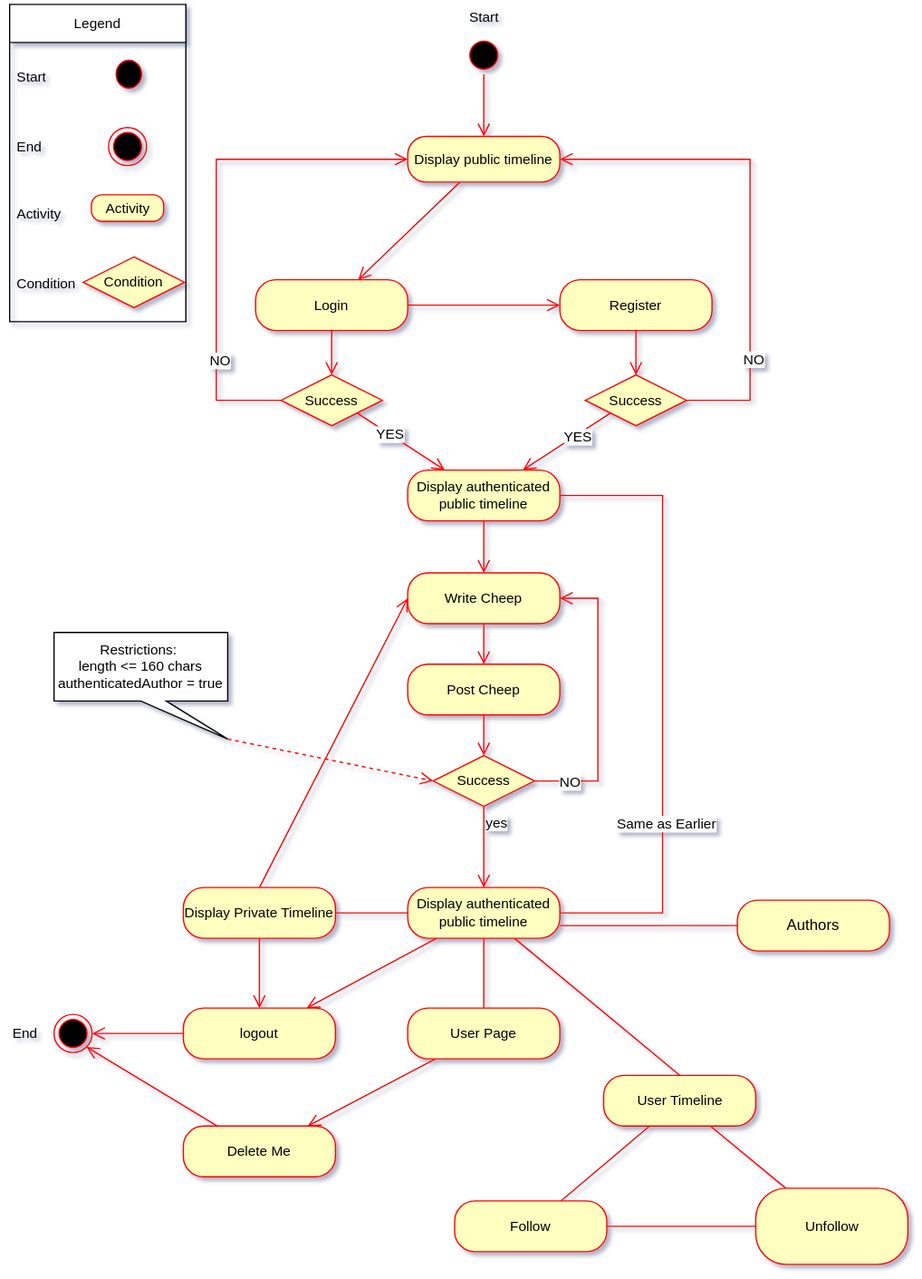
Earlier version of the draw.io export docs/Diagrams/UserJourney.drawio.svg (ITU-BDSA23-GROUP22/Chirp). Source tidied: cells renumbered, new cells last; positions are measured from the earlier drawing's top-left corner, leaving out a move shared by most shapes.
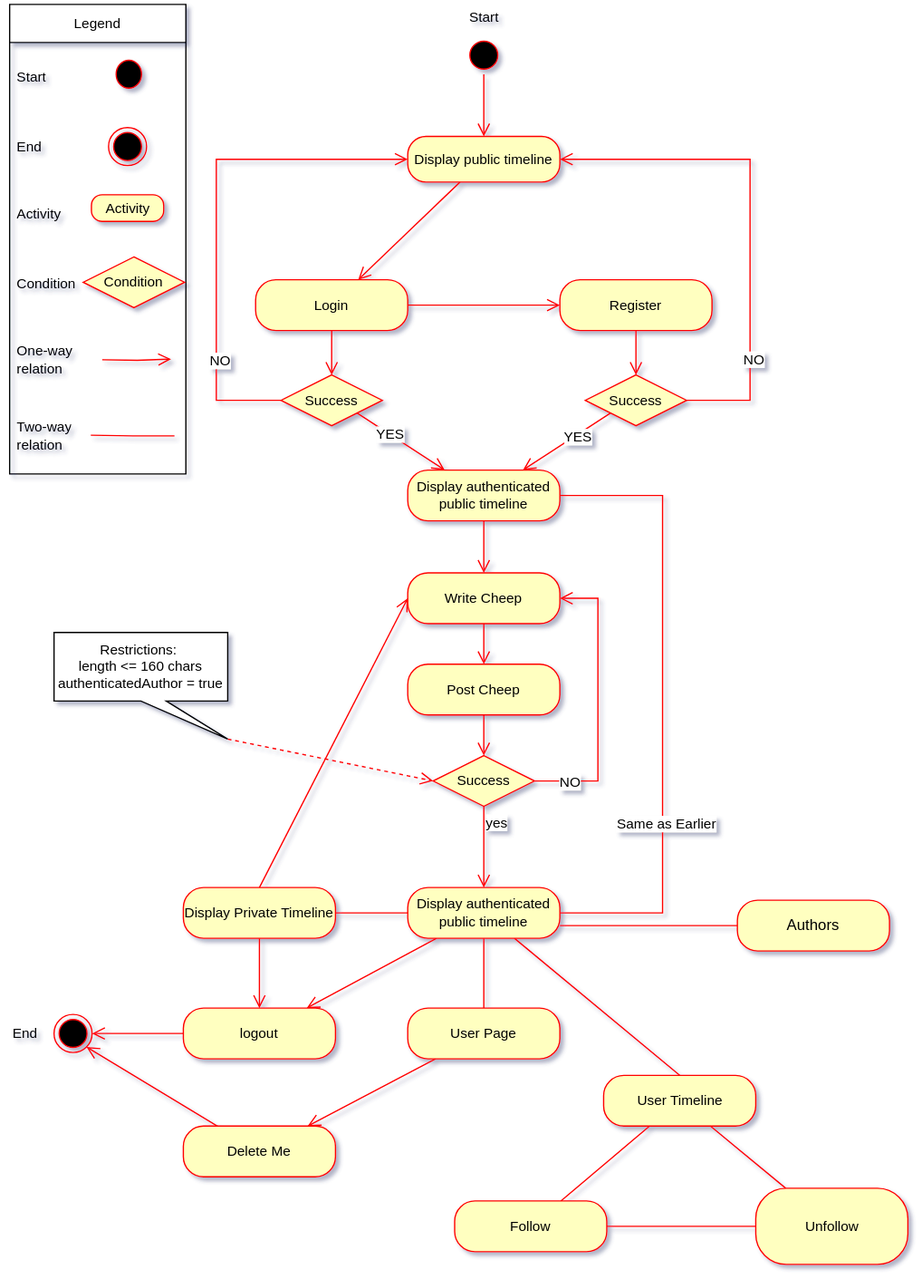
The same file after the commit.

Diff of the diagram source:
```diff
@@ -200,7 +200,7 @@
       <mxGeometry x="581" y="709" width="120" height="40" as="geometry" />
     </mxCell>
     <mxCell id="60" value="Legend" style="swimlane;fontStyle=0;horizontal=1;startSize=30;whiteSpace=wrap;html=1;fontFamily=Helvetica;fontSize=11;fontColor=default;" parent="1" vertex="1">
-      <mxGeometry x="7" y="3" width="139" height="250" as="geometry" />
+      <mxGeometry x="7" y="3" width="139" height="370" as="geometry" />
     </mxCell>
     <mxCell id="61" value="Start" style="text;strokeColor=none;fillColor=none;align=left;verticalAlign=middle;spacingLeft=4;spacingRight=4;overflow=hidden;whiteSpace=wrap;html=1;fontSize=11;fontFamily=Helvetica;fontColor=default;" parent="60" vertex="1">
       <mxGeometry y="30" width="139" height="54" as="geometry" />
@@ -214,6 +214,24 @@
     <mxCell id="64" value="Condition" style="text;strokeColor=none;fillColor=none;align=left;verticalAlign=middle;spacingLeft=4;spacingRight=4;overflow=hidden;whiteSpace=wrap;html=1;fontSize=11;fontFamily=Helvetica;fontColor=default;" parent="60" vertex="1">
       <mxGeometry y="190" width="139" height="60" as="geometry" />
     </mxCell>
+    <mxCell id="69" value="One-way &lt;br&gt;relation" style="text;strokeColor=none;fillColor=none;align=left;verticalAlign=middle;spacingLeft=4;spacingRight=4;overflow=hidden;whiteSpace=wrap;html=1;fontSize=11;fontFamily=Helvetica;fontColor=default;" parent="60" vertex="1">
+      <mxGeometry y="250" width="139" height="60" as="geometry" />
+    </mxCell>
+    <mxCell id="70" style="edgeStyle=orthogonalEdgeStyle;shape=connector;rounded=0;orthogonalLoop=1;jettySize=auto;html=1;labelBackgroundColor=default;strokeColor=#ff0000;align=center;verticalAlign=bottom;fontFamily=Helvetica;fontSize=11;fontColor=default;endArrow=open;endSize=8;" parent="60" edge="1">
+      <mxGeometry relative="1" as="geometry">
+        <mxPoint x="73" y="280" as="sourcePoint" />
+        <mxPoint x="127.3" y="279.5" as="targetPoint" />
+      </mxGeometry>
+    </mxCell>
+    <mxCell id="71" value="Two-way&lt;br&gt;relation" style="text;strokeColor=none;fillColor=none;align=left;verticalAlign=middle;spacingLeft=4;spacingRight=4;overflow=hidden;whiteSpace=wrap;html=1;fontSize=11;fontFamily=Helvetica;fontColor=default;" parent="60" vertex="1">
+      <mxGeometry y="310" width="139" height="60" as="geometry" />
+    </mxCell>
+    <mxCell id="72" style="edgeStyle=orthogonalEdgeStyle;shape=connector;rounded=0;orthogonalLoop=1;jettySize=auto;html=1;exitX=1;exitY=0.5;exitDx=0;exitDy=0;labelBackgroundColor=default;strokeColor=#ff0000;align=center;verticalAlign=bottom;fontFamily=Helvetica;fontSize=11;fontColor=default;endArrow=none;endSize=8;startArrow=none;startFill=0;endFill=0;" parent="60" edge="1">
+      <mxGeometry relative="1" as="geometry">
+        <mxPoint x="64" y="339.5" as="sourcePoint" />
+        <mxPoint x="130" y="340" as="targetPoint" />
+      </mxGeometry>
+    </mxCell>
     <mxCell id="65" style="ellipse;html=1;shape=startState;fillColor=#000000;strokeColor=#ff0000;fontFamily=Helvetica;fontSize=11;fontColor=default;" parent="1" vertex="1">
       <mxGeometry x="87" y="43" width="28" height="30" as="geometry" />
     </mxCell>
```
